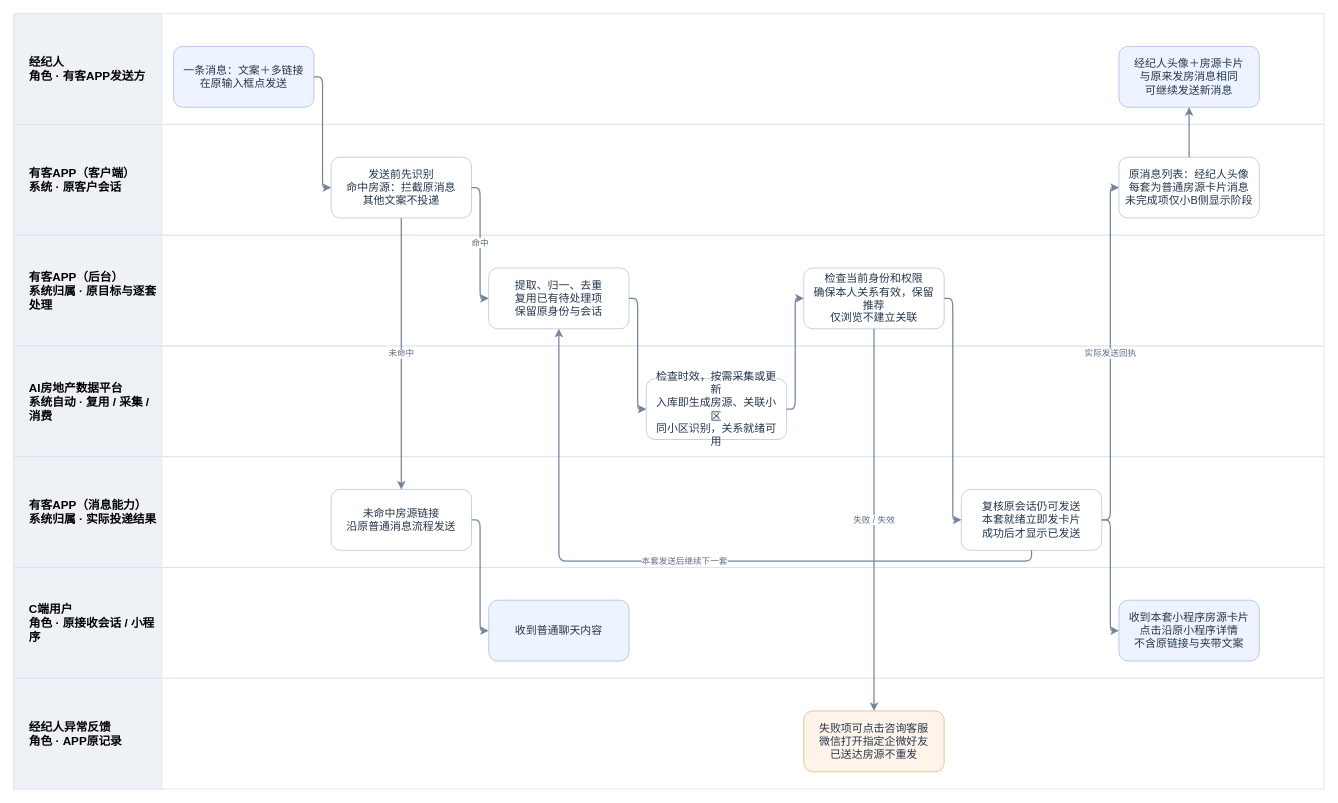
This is page "APP客户会话｜角色与系统泳道" (2 of 3) of B端发房共用资源/V3.0-B端房源上传与管理-角色与系统业务流程.drawio from JZT-AI/ai-real-estate-platform-v3-prototype, a draw.io file, before an edit. Source tidied: cells renumbered, new cells numbered last; positions are measured from the earlier drawing's top-left corner, leaving out a move shared by most shapes. Both pictures are drawn from the tidied source at 78%, with x=0, y=0 at pixel (13, 13).
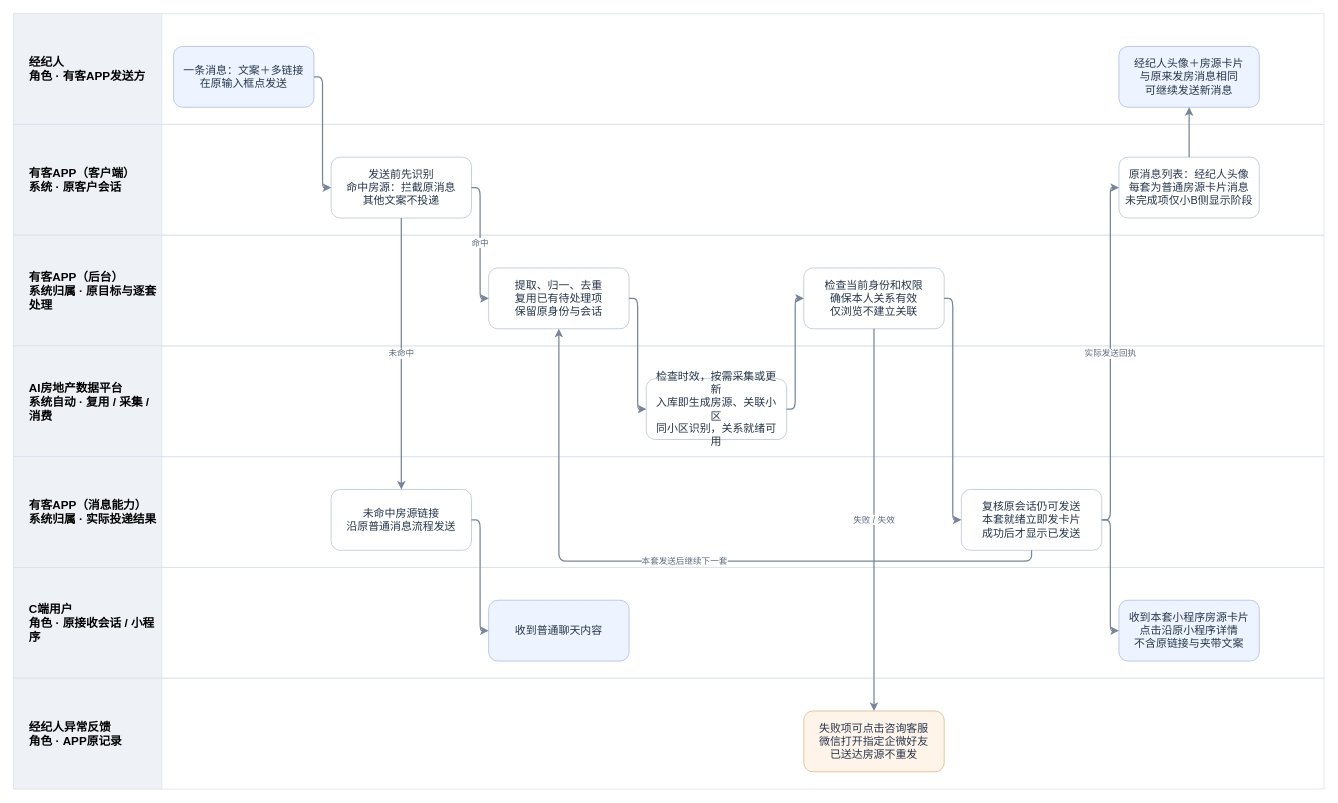
After the change.

The change refers to these unchanged cells:
```xml
<mxCell id="6" style="swimlane;horizontal=1;startSize=0;fillColor=#ffffff;strokeColor=#dce3ed;" parent="1" vertex="1">
  <mxGeometry y="284" width="1680" height="142" as="geometry" />
</mxCell>
```

The edit, as a diff of the source:
```diff
@@
-    <mxCell id="20" value="检查当前身份和权限&lt;br&gt;确保本人关系有效，保留推荐&lt;br&gt;仅浏览不建立关联" style="rounded=1;whiteSpace=wrap;html=1;fillColor=#fff;strokeColor=#b7c4d5;fontColor=#24364c;fontSize=14;spacing=8;" parent="6" vertex="1">
+    <mxCell id="20" value="检查当前身份和权限&lt;br&gt;确保本人关系有效&lt;br&gt;仅浏览不建立关联" style="rounded=1;whiteSpace=wrap;html=1;fillColor=#fff;strokeColor=#b7c4d5;fontColor=#24364c;fontSize=14;spacing=8;" parent="6" vertex="1">
       <mxGeometry x="1013" y="42" width="180" height="78" as="geometry" />
     </mxCell>
```
